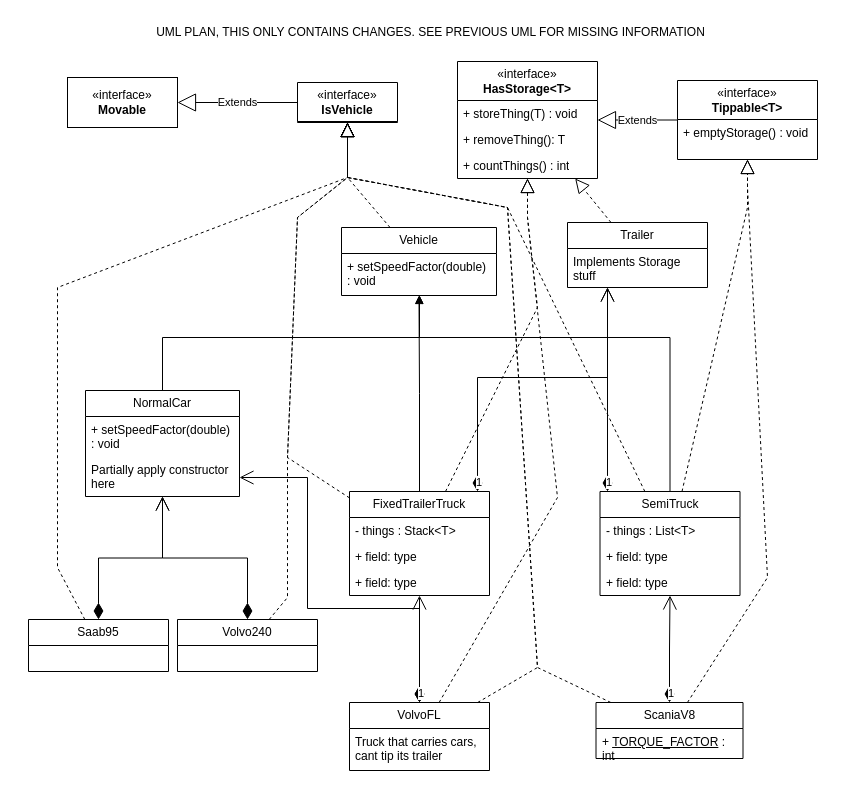
The draw.io diagram UML/UML-plan-2.drawio in vicha00/DIT954-Labb-Grupp16, before the edit. Source tidied: cells renumbered, new cells numbered last; positions are measured from the earlier drawing's top-left corner, leaving out a move shared by most shapes. Both pictures are drawn from the tidied source at 100%, with x=0, y=0 at pixel (17, 17).
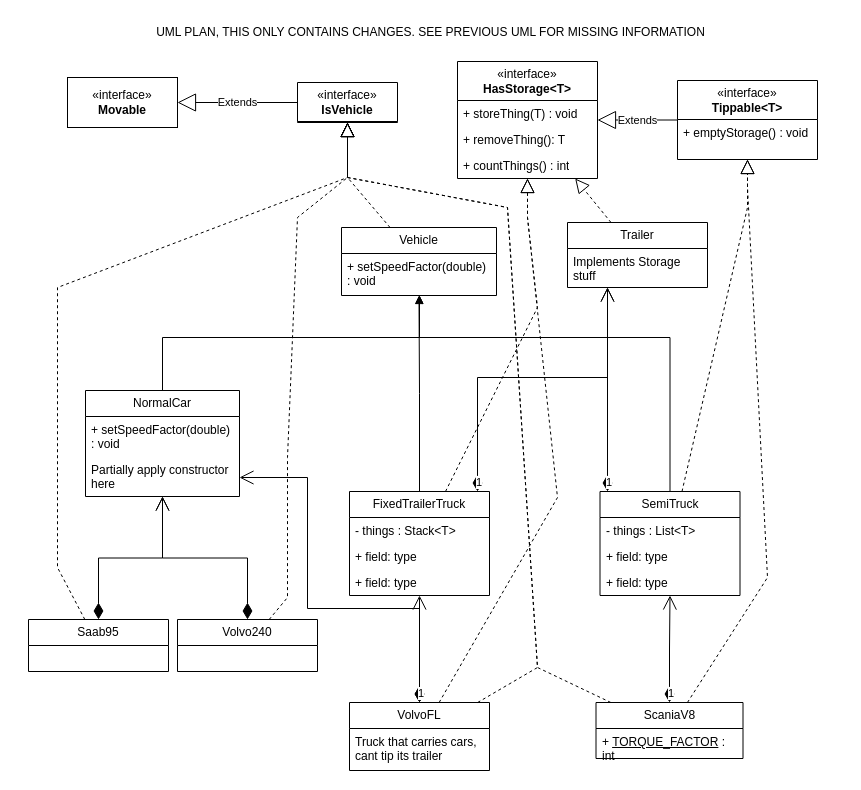
The same diagram, later.

Commit message (it also covers changes not shown here):
added NormalCar and updated UML

Unchanged cells that the change refers to:
```xml
<mxCell id="29" value="«interface»&lt;br&gt;&lt;div&gt;&lt;b&gt;IsVehicle&lt;/b&gt;&lt;/div&gt;" style="swimlane;fontStyle=0;horizontal=1;startSize=39;fillColor=none;whiteSpace=wrap;html=1;" parent="1" vertex="1" collapsed="1">
  <mxGeometry x="280" y="65" width="100" height="40" as="geometry" />
</mxCell>
<mxCell id="32" value="FixedTrailerTruck" style="swimlane;fontStyle=0;horizontal=1;startSize=26;fillColor=none;whiteSpace=wrap;html=1;" parent="1" vertex="1">
  <mxGeometry x="332" y="474" width="140" height="104" as="geometry" />
</mxCell>
<mxCell id="36" value="SemiTruck" style="swimlane;fontStyle=0;horizontal=1;startSize=26;fillColor=none;whiteSpace=wrap;html=1;" parent="1" vertex="1">
  <mxGeometry x="582.5" y="474" width="140" height="104" as="geometry" />
</mxCell>
```

The edit, as a diff of the source:
```diff
@@
-    <mxCell id="9" style="endArrow=block;dashed=1;endFill=0;endSize=12;html=1;rounded=0;" parent="1" edge="1" source="36" target="29">
-      <mxGeometry relative="1" as="geometry">
-        <Array as="points">
-          <mxPoint x="490" y="190" />
-          <mxPoint x="330" y="160" />
-        </Array>
-      </mxGeometry>
-    </mxCell>
-    <mxCell id="10" style="endArrow=block;dashed=1;endFill=0;endSize=12;html=1;rounded=0;" parent="1" edge="1" source="32" target="29">
-      <mxGeometry relative="1" as="geometry">
-        <Array as="points">
-          <mxPoint x="270" y="440" />
-          <mxPoint x="280" y="200" />
-          <mxPoint x="330" y="160" />
-        </Array>
-      </mxGeometry>
-    </mxCell>
```
